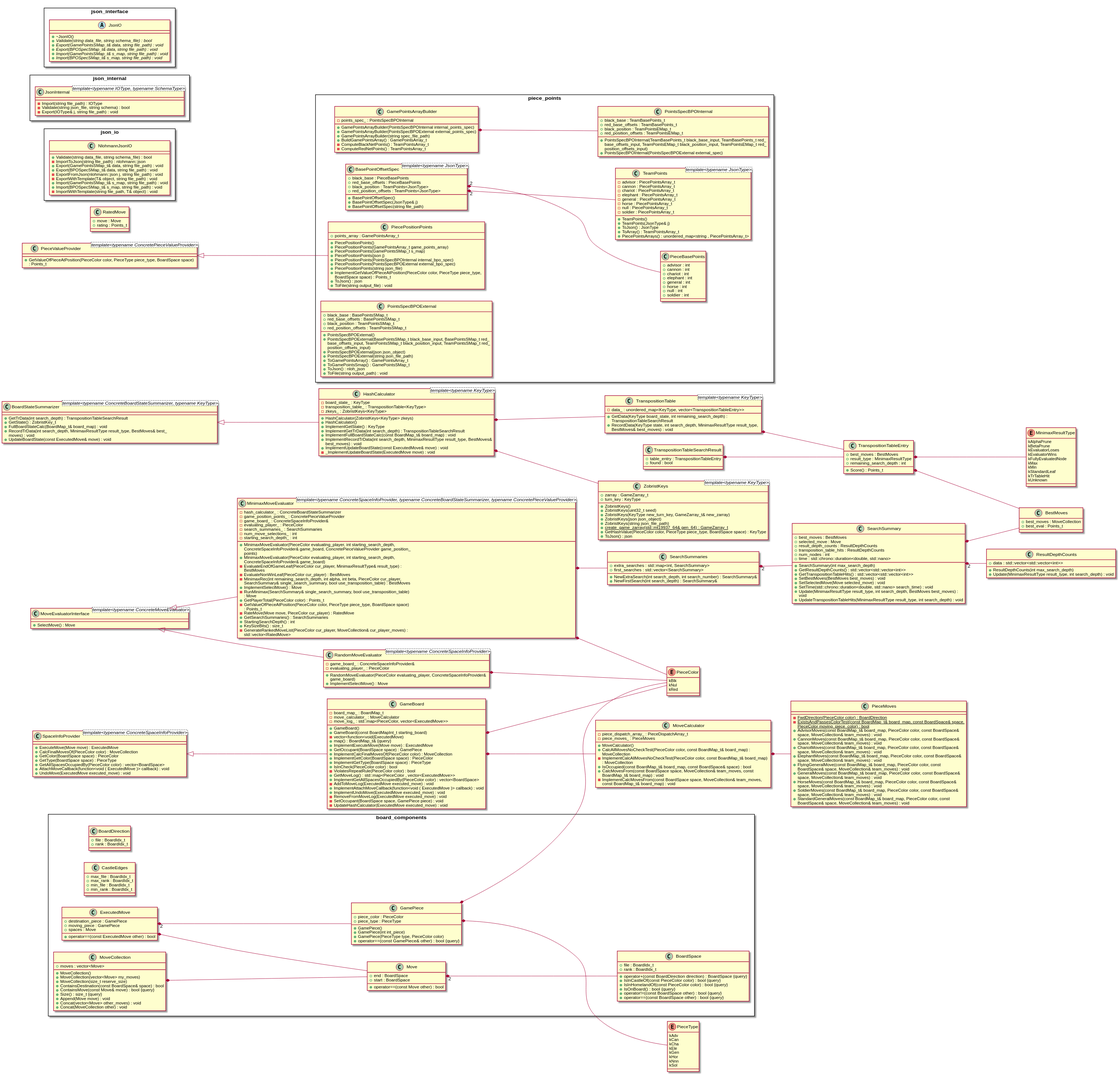
This is docs/plantuml/output.svg from duanegoodner/xiangqigame, a PlantUML export, as it was before one commit.
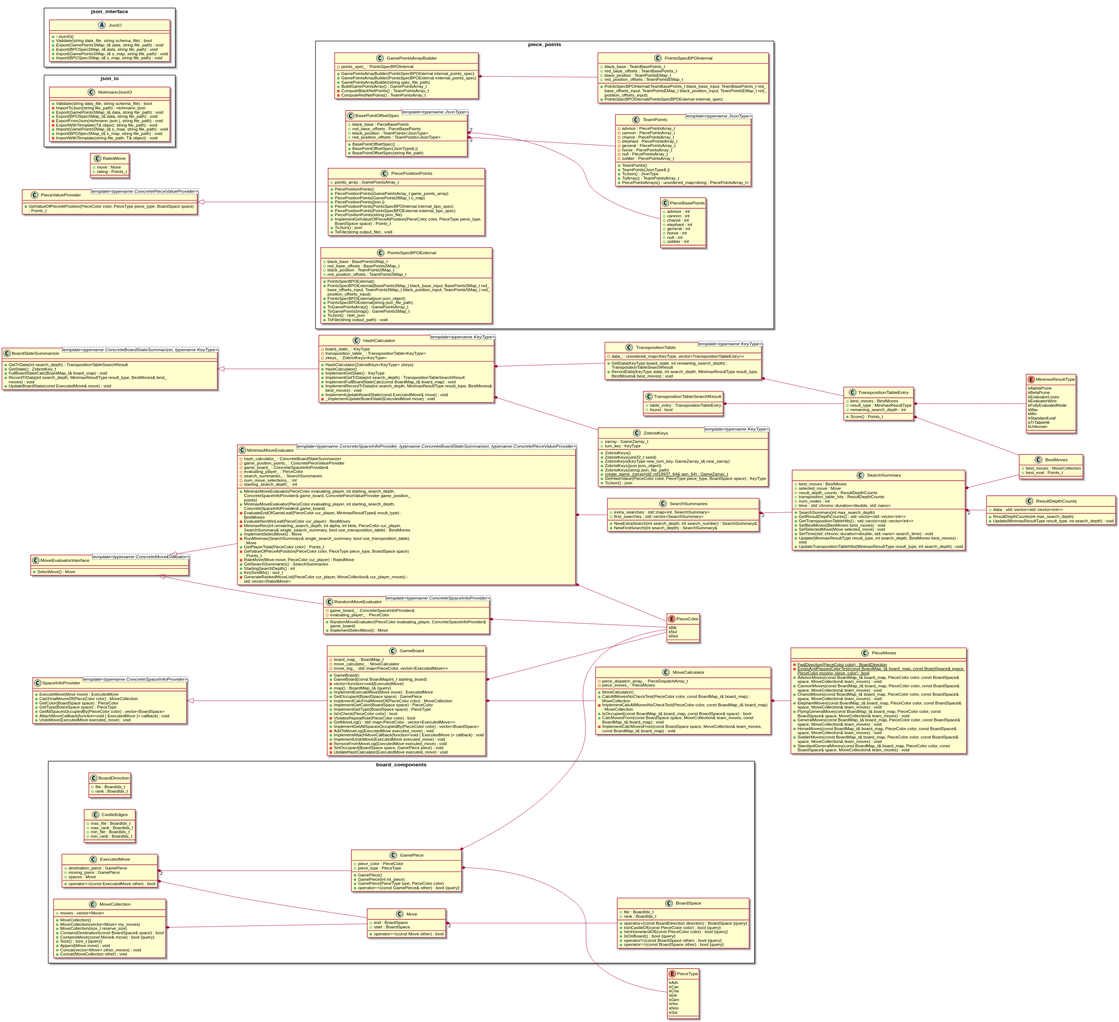
After the change.

Commit message:
add latest version of UML diagram

Diff of the diagram source:
```diff
@@ -4,6 +4,7 @@
 skinparam wrapWidth 500
 left to right direction
 scale 0.75
+
 
 
 
@@ -356,15 +357,6 @@
 }
 
 
-namespace json_internal {
-	class JsonInternal <template<typename IOType, typename SchemaType>> {
-		-Import(string file_path) : IOType
-		-Validate(string json_file, string schema) : bool
-		-Export(IOType& j, string file_path) : void
-	}
-}
-
-
 namespace json_interface {
 	abstract class JsonIO {
 		+~JsonIO()
```
